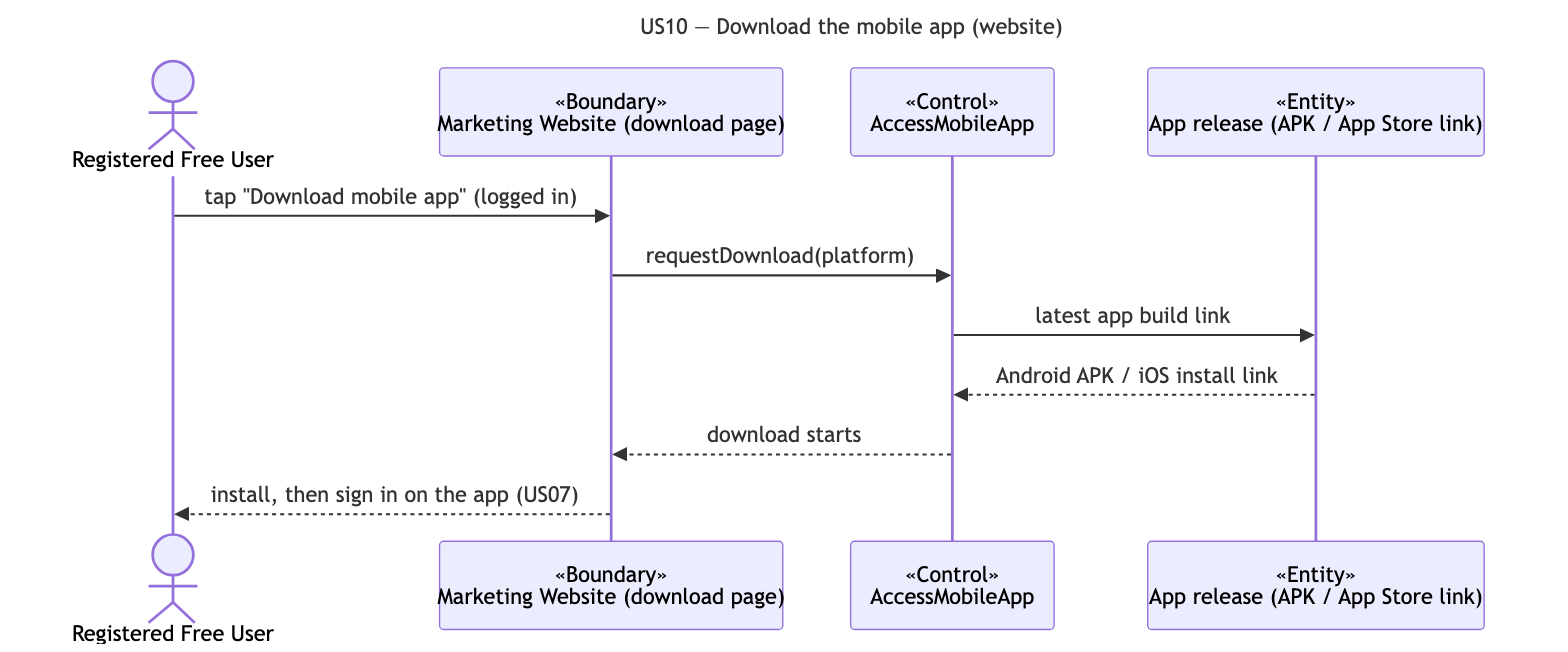
cyuanjun/FYP-26-S2-37-app keeps this Mermaid diagram as docs/deliverables/sequence-diagrams/US10-access-app.png. Above is the earlier version. Its source is kept beside it as docs/deliverables/sequence-diagrams/src/US10-access-app.mmd.
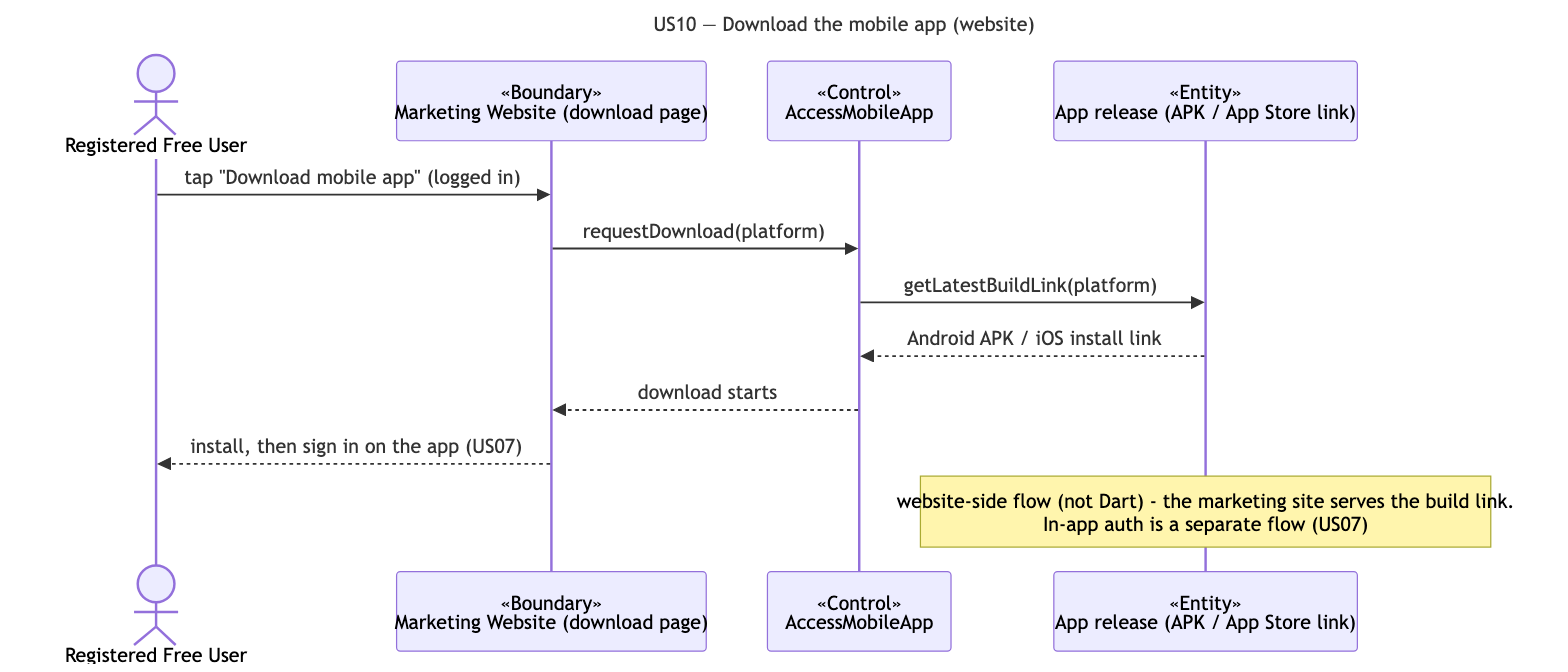
After the change.

Change to the diagram source:
```diff
@@ -8,7 +8,8 @@
   participant E as «Entity»<br/>App release (APK / App Store link)
   A->>B: tap "Download mobile app" (logged in)
   B->>C: requestDownload(platform)
-  C->>E: latest app build link
+  C->>E: getLatestBuildLink(platform)
   E-->>C: Android APK / iOS install link
   C-->>B: download starts
   B-->>A: install, then sign in on the app (US07)
+  note over E: website-side flow (not Dart) - the marketing site serves the build link.<br/>In-app auth is a separate flow (US07)
```
